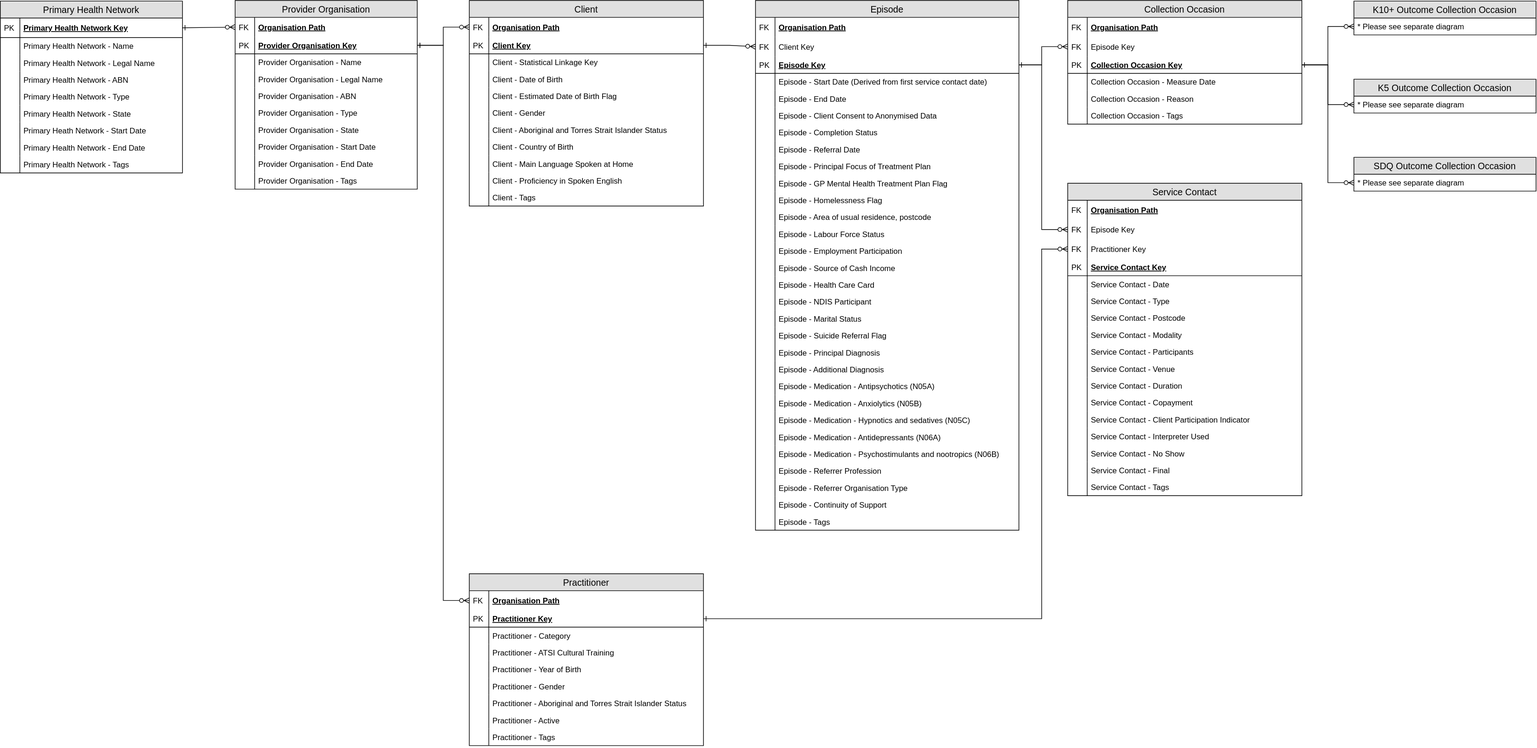
The draw.io diagram doc/figures/data-model-v3.svg in strategicdata/pmhc-mds-spec, before a commit. Source tidied: cells renumbered, new cells last; positions are measured from the earlier drawing's top-left corner, leaving out a move shared by most shapes.
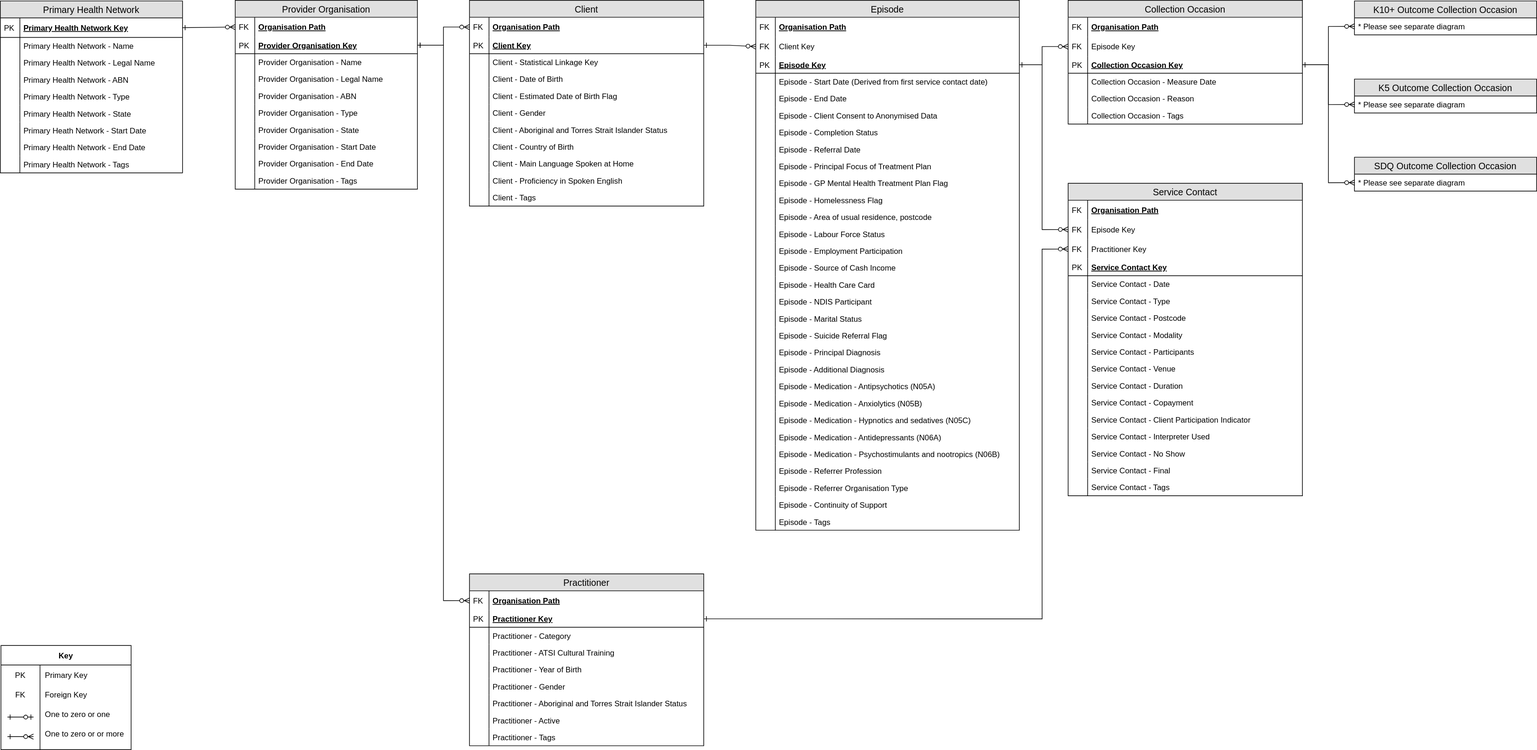
Above is the later version.

Commit message:
Adding key to data model diagrams.

Change to the diagram source:
```diff
@@ -672,5 +672,80 @@
     <mxCell id="208" value="* Please see separate diagram" style="text;strokeColor=none;fillColor=none;spacingLeft=4;spacingRight=4;overflow=hidden;points=[[0,0.5],[1,0.5]];portConstraint=eastwest;fontSize=12;" parent="207" vertex="1">
       <mxGeometry y="26" width="280" height="26" as="geometry" />
     </mxCell>
+    <mxCell id="209" style="shape=partialRectangle;fillColor=none;top=0;left=0;bottom=0;right=0;" parent="1" vertex="1">
+      <mxGeometry x="1" y="911" width="380" height="30" as="geometry" />
+    </mxCell>
+    <mxCell id="210" style="shape=partialRectangle;fillColor=none;top=0;left=0;bottom=0;right=0;" parent="1" vertex="1">
+      <mxGeometry x="1" y="941" width="380" height="30" as="geometry" />
+    </mxCell>
+    <mxCell id="211" style="shape=partialRectangle;fillColor=none;top=0;left=0;bottom=0;right=0;" parent="1" vertex="1">
+      <mxGeometry x="1" y="971" width="380" height="30" as="geometry" />
+    </mxCell>
+    <mxCell id="212" style="shape=partialRectangle;fillColor=none;top=0;left=0;bottom=0;right=0;" parent="1" vertex="1">
+      <mxGeometry x="1" y="1001" width="380" height="30" as="geometry" />
+    </mxCell>
+    <mxCell id="213" style="shape=partialRectangle;fillColor=none;top=0;left=0;bottom=0;right=0;" parent="1" vertex="1">
+      <mxGeometry x="1" y="1031" width="380" height="30" as="geometry" />
+    </mxCell>
+    <mxCell id="214" style="group;" parent="1" vertex="1">
+      <mxGeometry x="1" y="991" width="200" height="160" as="geometry" />
+    </mxCell>
+    <mxCell id="215" value="Key" style="shape=table;startSize=30;rowLines=0;fontStyle=1;align=center;fillColor=none;" parent="214" vertex="1">
+      <mxGeometry width="200" height="160" as="geometry" />
+    </mxCell>
+    <mxCell id="216" style="shape=partialRectangle;fillColor=none;top=0;left=0;bottom=0;right=0;" parent="215" vertex="1">
+      <mxGeometry y="30" width="200" height="30" as="geometry" />
+    </mxCell>
+    <mxCell id="217" value="PK" style="shape=partialRectangle;fillColor=none;top=0;left=0;bottom=0;right=0;fontStyle=0;overflow=hidden;" parent="216" vertex="1">
+      <mxGeometry width="60" height="30" as="geometry" />
+    </mxCell>
+    <mxCell id="218" value="Primary Key" style="shape=partialRectangle;fillColor=none;top=0;left=0;bottom=0;right=0;align=left;spacingLeft=6;fontStyle=0;overflow=hidden;" parent="216" vertex="1">
+      <mxGeometry x="60" width="140" height="30" as="geometry" />
+    </mxCell>
+    <mxCell id="219" style="shape=partialRectangle;fillColor=none;top=0;left=0;bottom=0;right=0;" parent="215" vertex="1">
+      <mxGeometry y="60" width="200" height="30" as="geometry" />
+    </mxCell>
+    <mxCell id="220" value="FK" style="shape=partialRectangle;fillColor=none;top=0;left=0;bottom=0;right=0;overflow=hidden;" parent="219" vertex="1">
+      <mxGeometry width="60" height="30" as="geometry" />
+    </mxCell>
+    <mxCell id="221" value="Foreign Key" style="shape=partialRectangle;fillColor=none;top=0;left=0;bottom=0;right=0;align=left;spacingLeft=6;overflow=hidden;" parent="219" vertex="1">
+      <mxGeometry x="60" width="140" height="30" as="geometry" />
+    </mxCell>
+    <mxCell id="222" style="shape=partialRectangle;fillColor=none;top=0;left=0;bottom=0;right=0;" parent="215" vertex="1">
+      <mxGeometry y="90" width="200" height="30" as="geometry" />
+    </mxCell>
+    <mxCell id="223" style="shape=partialRectangle;fillColor=none;top=0;left=0;bottom=0;right=0;overflow=hidden;" parent="222" vertex="1">
+      <mxGeometry width="60" height="30" as="geometry" />
+    </mxCell>
+    <mxCell id="224" value="One to zero or one" style="shape=partialRectangle;fillColor=none;top=0;left=0;bottom=0;right=0;align=left;spacingLeft=6;overflow=hidden;" parent="222" vertex="1">
+      <mxGeometry x="60" width="140" height="30" as="geometry" />
+    </mxCell>
+    <mxCell id="225" style="shape=partialRectangle;fillColor=none;top=0;left=0;bottom=0;right=0;" parent="215" vertex="1">
+      <mxGeometry y="120" width="200" height="30" as="geometry" />
+    </mxCell>
+    <mxCell id="226" style="shape=partialRectangle;fillColor=none;top=0;left=0;bottom=0;right=0;overflow=hidden;" parent="225" vertex="1">
+      <mxGeometry width="60" height="30" as="geometry" />
+    </mxCell>
+    <mxCell id="227" value="One to zero or or more" style="shape=partialRectangle;fillColor=none;top=0;left=0;bottom=0;right=0;align=left;spacingLeft=6;overflow=hidden;" parent="225" vertex="1">
+      <mxGeometry x="60" width="140" height="30" as="geometry" />
+    </mxCell>
+    <mxCell id="228" style="endArrow=ERzeroToMany;html=1;endFill=1;startArrow=ERone;startFill=0;" parent="214" edge="1">
+      <mxGeometry relative="1" as="geometry">
+        <mxPoint x="10" y="140" as="sourcePoint" />
+        <mxPoint x="50" y="140" as="targetPoint" />
+        <Array as="points">
+          <mxPoint x="30" y="140" />
+        </Array>
+      </mxGeometry>
+    </mxCell>
+    <mxCell id="229" style="endArrow=ERzeroToOne;html=1;endFill=1;startArrow=ERone;startFill=0;" parent="214" edge="1">
+      <mxGeometry relative="1" as="geometry">
+        <mxPoint x="10" y="110" as="sourcePoint" />
+        <mxPoint x="50" y="110" as="targetPoint" />
+        <Array as="points">
+          <mxPoint x="50" y="110" />
+        </Array>
+      </mxGeometry>
+    </mxCell>
   </root>
 </mxGraphModel>
```
